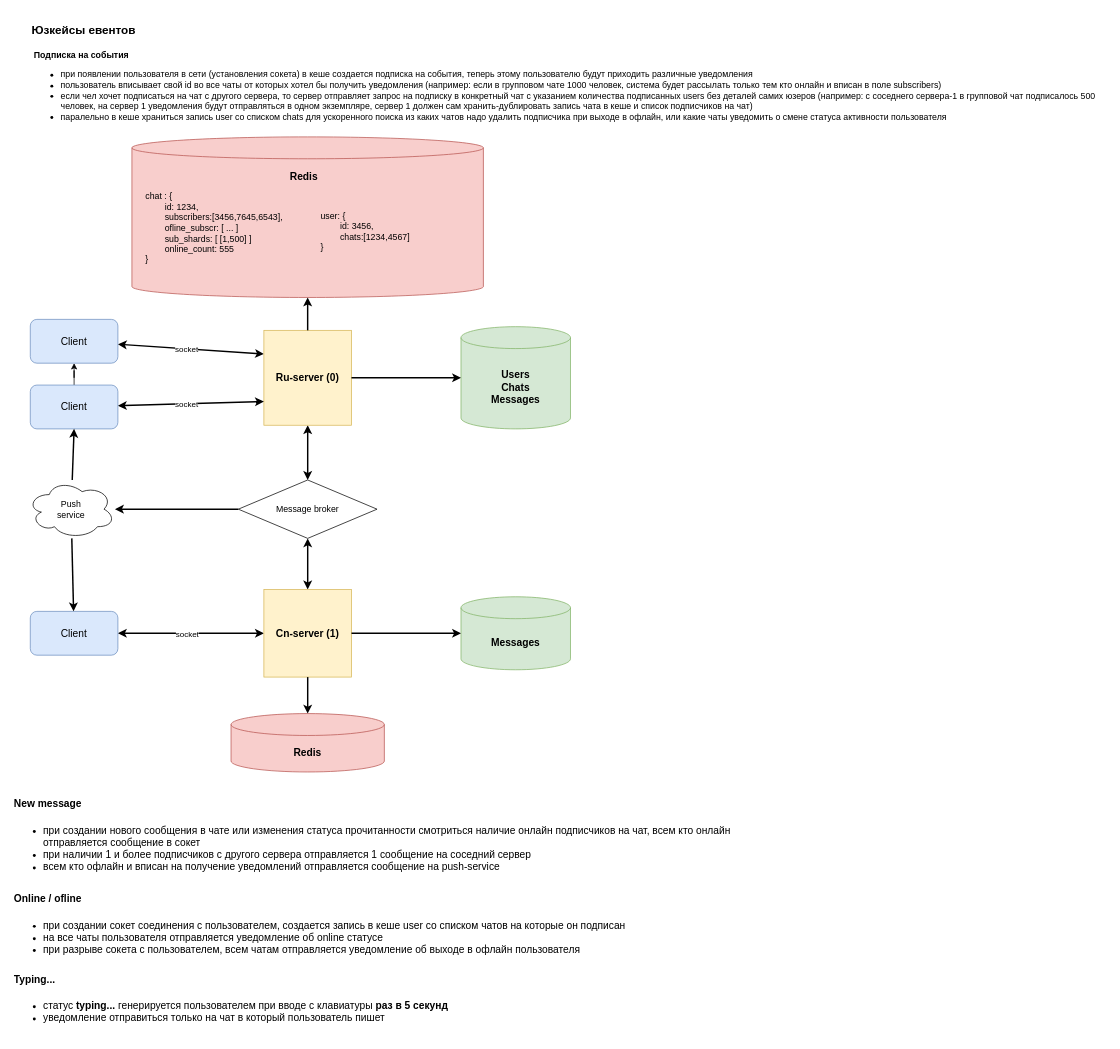
Above: page "messenger (events)" (8 of 9) of architecture.drawio in KmnPetr/SysDesign (draw.io), before the change. Source tidied: cells renumbered, new cells numbered last; positions are measured from the earlier drawing's top-left corner, leaving out a move shared by most shapes. Both pictures are drawn from the tidied source at 73%, with x=0, y=0 at pixel (12, 12).
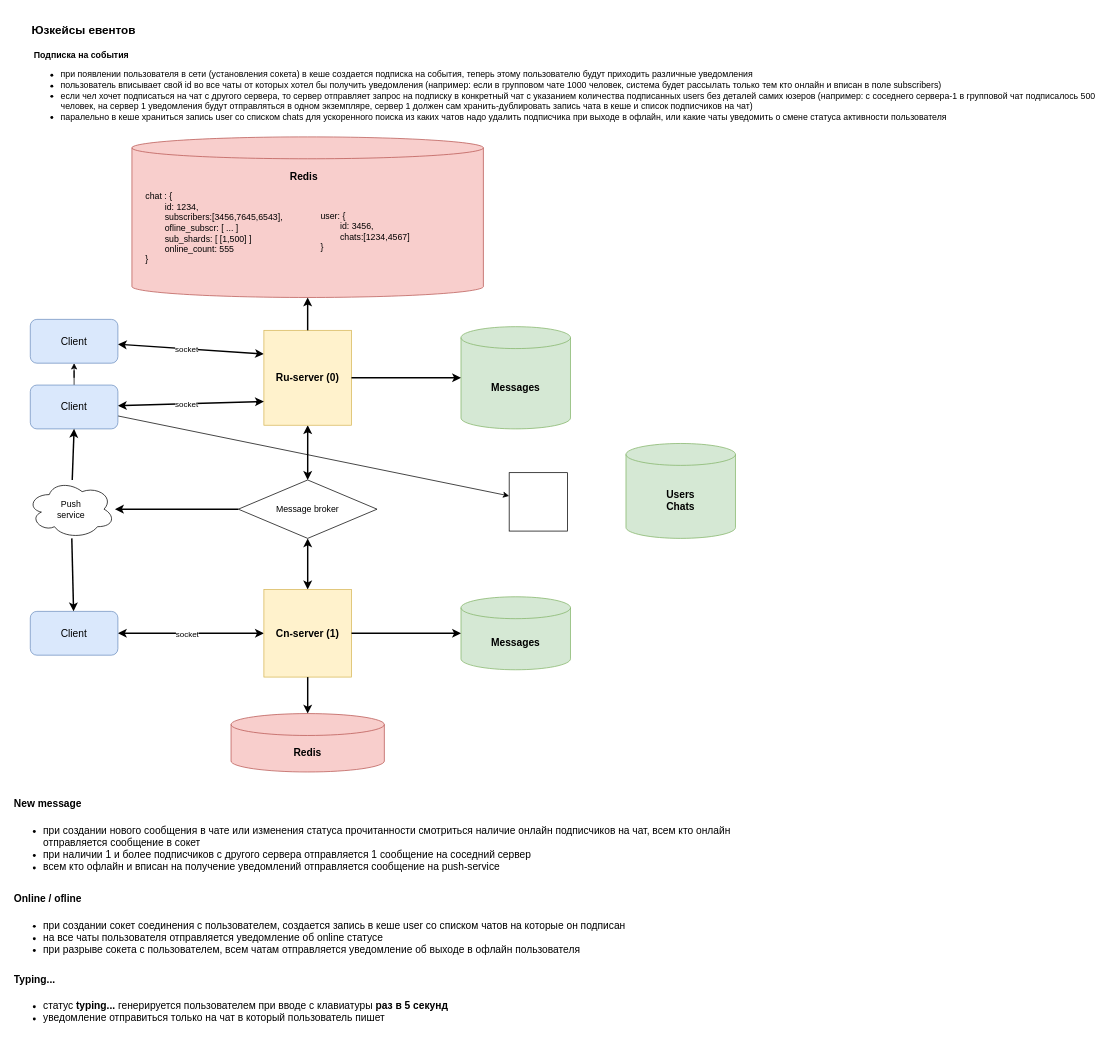
Above is the later version.

Unchanged cells that the change refers to:
```xml
<mxCell id="23" value="&lt;font style=&quot;font-size: 14px;&quot;&gt;Client&lt;/font&gt;" style="rounded=1;whiteSpace=wrap;html=1;fillColor=#dae8fc;strokeColor=#6c8ebf;" parent="1" vertex="1">
  <mxGeometry x="24" y="510" width="120" height="60" as="geometry" />
</mxCell>
```

The edit, as a diff of the source:
```diff
@@
-    <mxCell id="18" value="&lt;font style=&quot;font-size: 14px;&quot;&gt;&lt;b&gt;Users&lt;br&gt;Chats&lt;br&gt;Messages&lt;/b&gt;&lt;/font&gt;" style="shape=cylinder3;whiteSpace=wrap;html=1;boundedLbl=1;backgroundOutline=1;size=15;fillColor=#d5e8d4;strokeColor=#82b366;" parent="1" vertex="1">
+    <mxCell id="18" value="&lt;font style=&quot;font-size: 14px;&quot;&gt;&lt;b&gt;Messages&lt;/b&gt;&lt;/font&gt;" style="shape=cylinder3;whiteSpace=wrap;html=1;boundedLbl=1;backgroundOutline=1;size=15;fillColor=#d5e8d4;strokeColor=#82b366;" parent="1" vertex="1">
       <mxGeometry x="614" y="430" width="150" height="140" as="geometry" />
     </mxCell>
@@
+    <mxCell id="36" style="rounded=0;jettySize=auto;html=1;" parent="1" edge="1" source="23" target="38">
+      <mxGeometry relative="1" as="geometry" />
+    </mxCell>
@@
+    <mxCell id="37" value="&lt;b style=&quot;font-size: 14px;&quot;&gt;Users&lt;br&gt;Chats&lt;/b&gt;" style="shape=cylinder3;whiteSpace=wrap;html=1;boundedLbl=1;backgroundOutline=1;size=15;fillColor=#d5e8d4;strokeColor=#82b366;" parent="1" vertex="1">
+      <mxGeometry x="840" y="590" width="150" height="130" as="geometry" />
+    </mxCell>
+    <mxCell id="38" style="whiteSpace=wrap;html=1;" parent="1" vertex="1">
+      <mxGeometry x="680" y="630" width="80" height="80" as="geometry" />
+    </mxCell>
```
